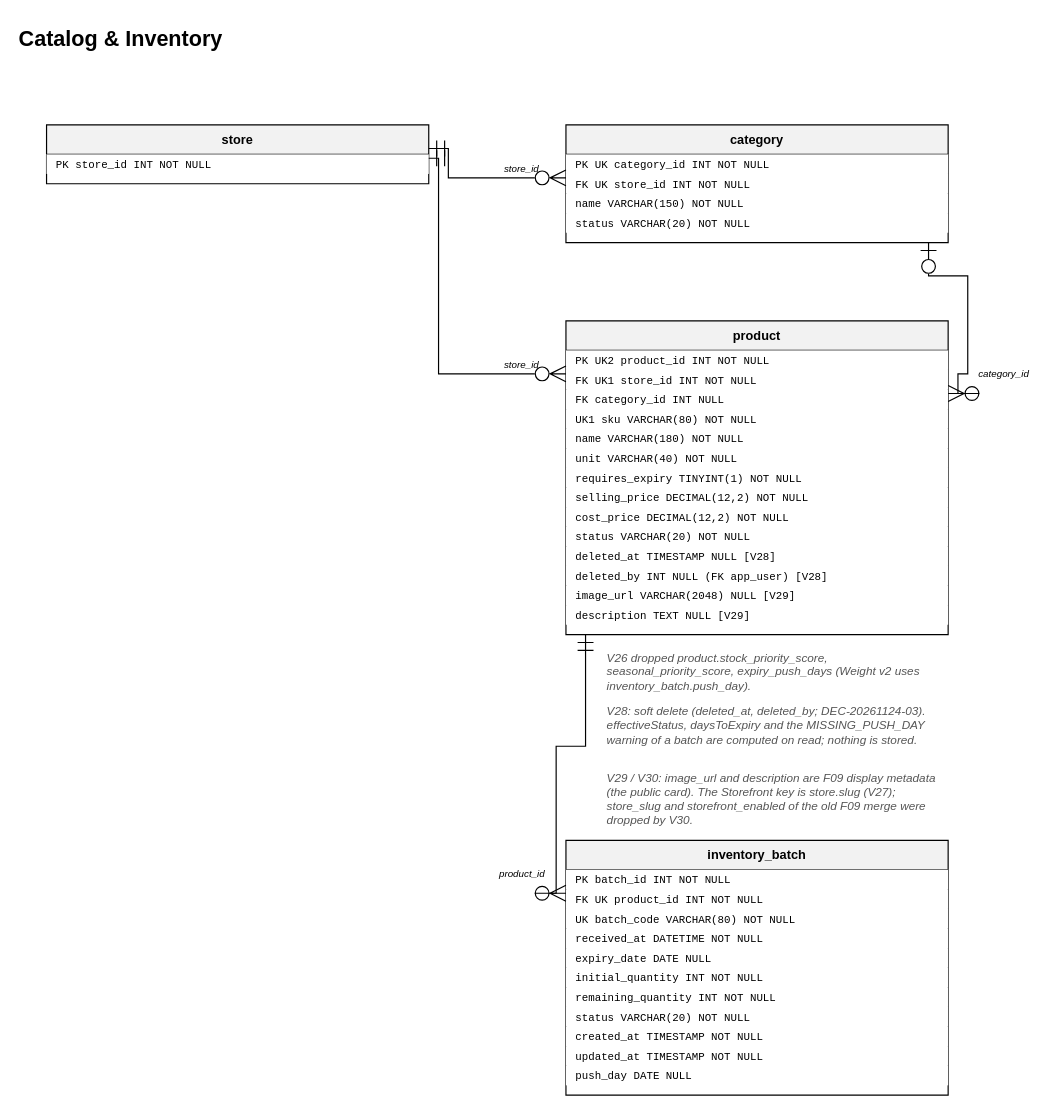
PhanHoangDuy61/CP_FA26_PASPM_BE keeps this draw.io diagram as page "Catalog & Inventory" (4 of 9) of docs/diagrams/PASPM_ERD_V1_V30.drawio. Above is the earlier version. Source tidied: cells renumbered, new cells numbered last; positions are measured from the earlier drawing's top-left corner, leaving out a move shared by most shapes. Both pictures are drawn from the tidied source at 98%, with x=0, y=0 at pixel (17, 17).
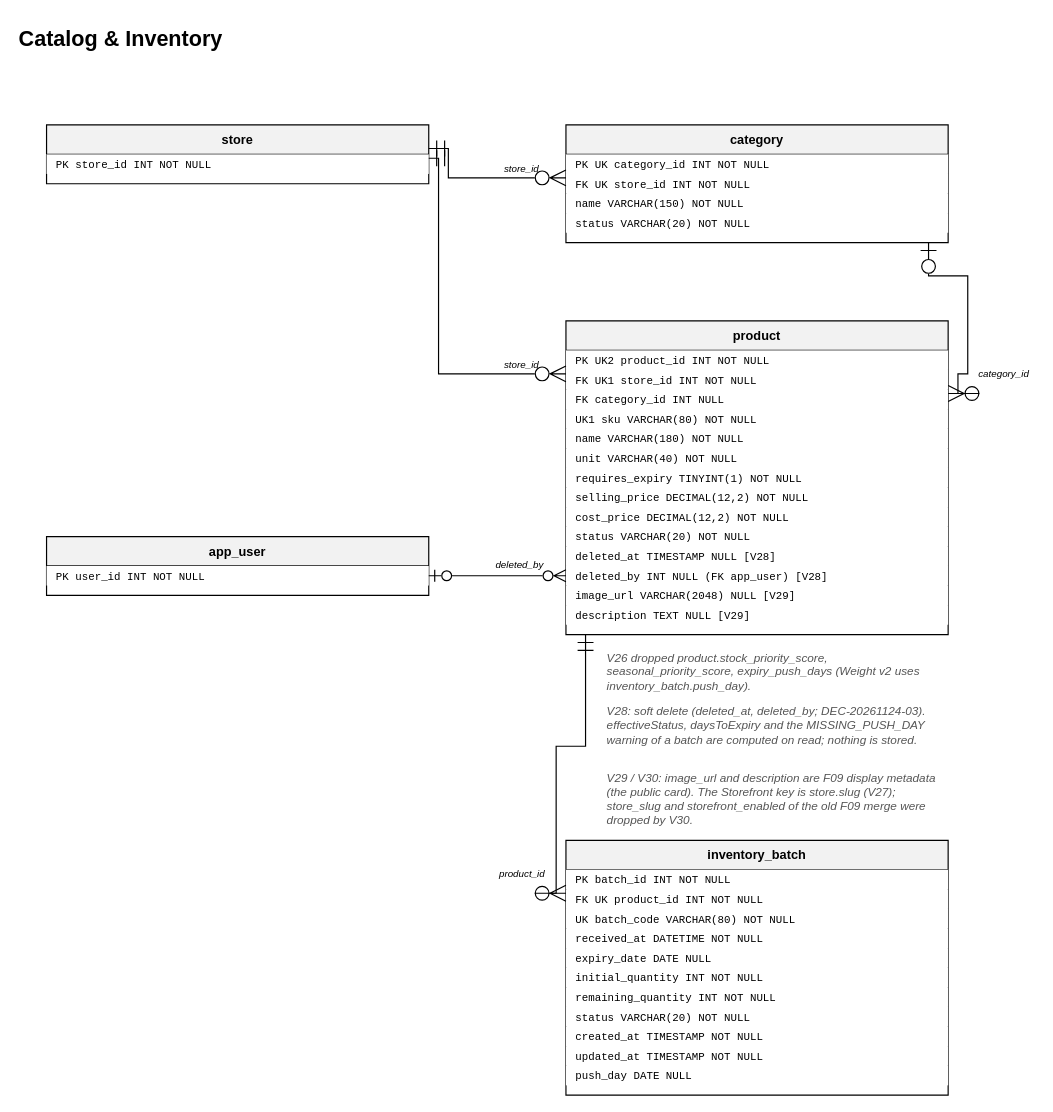
After the change.

Commit message (it also covers changes not shown here):
docs(diagrams): draw the FK edges product.deleted_by -> app_user (Logical ERD, Catalog & Inventory); store.deactivated_by edges already present (ROC-20261126-008)

Unchanged cells that the change refers to:
```xml
<mxCell id="27" value=" deleted_by INT NULL (FK app_user) [V28]" style="text;html=0;strokeColor=none;fillColor=#FFFFFF;align=left;verticalAlign=middle;spacingLeft=8;spacingRight=4;whiteSpace=pre;overflow=hidden;portConstraint=eastwest;fontFamily=Courier New;fontSize=11;" parent="15" vertex="1">
  <mxGeometry y="250" width="390" height="20" as="geometry" />
</mxCell>
```

The edit, as a diff of the source:
```diff
@@
+    <mxCell id="48" value="app_user" style="swimlane;fontStyle=1;horizontal=1;startSize=30;whiteSpace=wrap;html=1;fillColor=#F2F2F2;strokeColor=#000000;strokeWidth=1.2;fontFamily=Arial;fontSize=13;" parent="1" vertex="1">
+      <mxGeometry x="30" y="530" width="390" height="60" as="geometry" />
+    </mxCell>
+    <mxCell id="49" value="PK        user_id                  INT            NOT NULL" style="text;html=0;strokeColor=none;fillColor=#FFFFFF;align=left;verticalAlign=middle;spacingLeft=8;spacingRight=4;whiteSpace=pre;overflow=hidden;fontFamily=Courier New;fontSize=11;" parent="48" vertex="1">
+      <mxGeometry y="30" width="390" height="20" as="geometry" />
+    </mxCell>
+    <mxCell id="50" style="edgeStyle=none;rounded=0;html=1;strokeColor=#000000;strokeWidth=1.2;startArrow=ERzeroToMany;startSize=10;startFill=0;endArrow=ERzeroToOne;endSize=10;endFill=0;exitX=0;exitY=0.5;exitDx=0;exitDy=0;exitPerimeter=0;entryX=1;entryY=0.6667;entryDx=0;entryDy=0;entryPerimeter=0;" parent="1" edge="1" source="27" target="48">
+      <mxGeometry relative="1" as="geometry" />
+    </mxCell>
+    <mxCell id="51" value="deleted_by" style="text;html=0;strokeColor=none;fillColor=none;align=center;verticalAlign=middle;spacing=0;whiteSpace=nowrap;fontFamily=Arial;fontSize=10;fontStyle=2;" parent="1" vertex="1">
+      <mxGeometry x="480" y="552" width="66" height="14" as="geometry" />
+    </mxCell>
```
